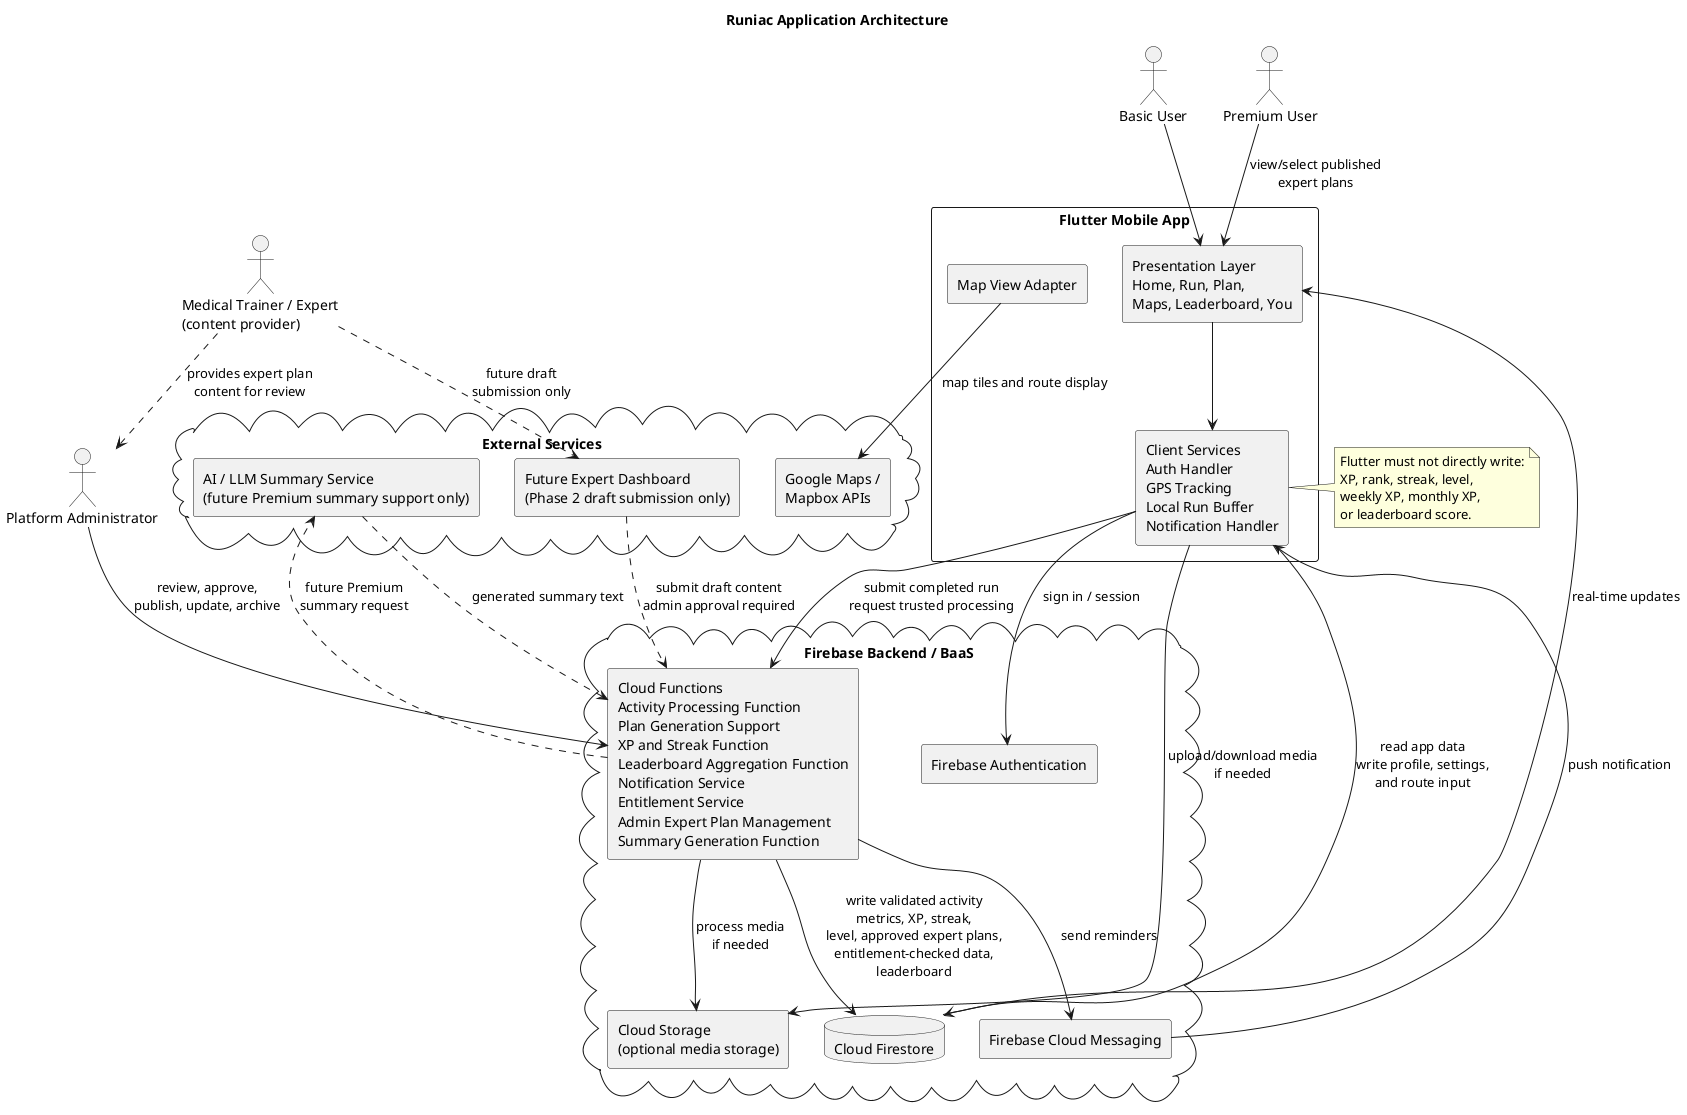
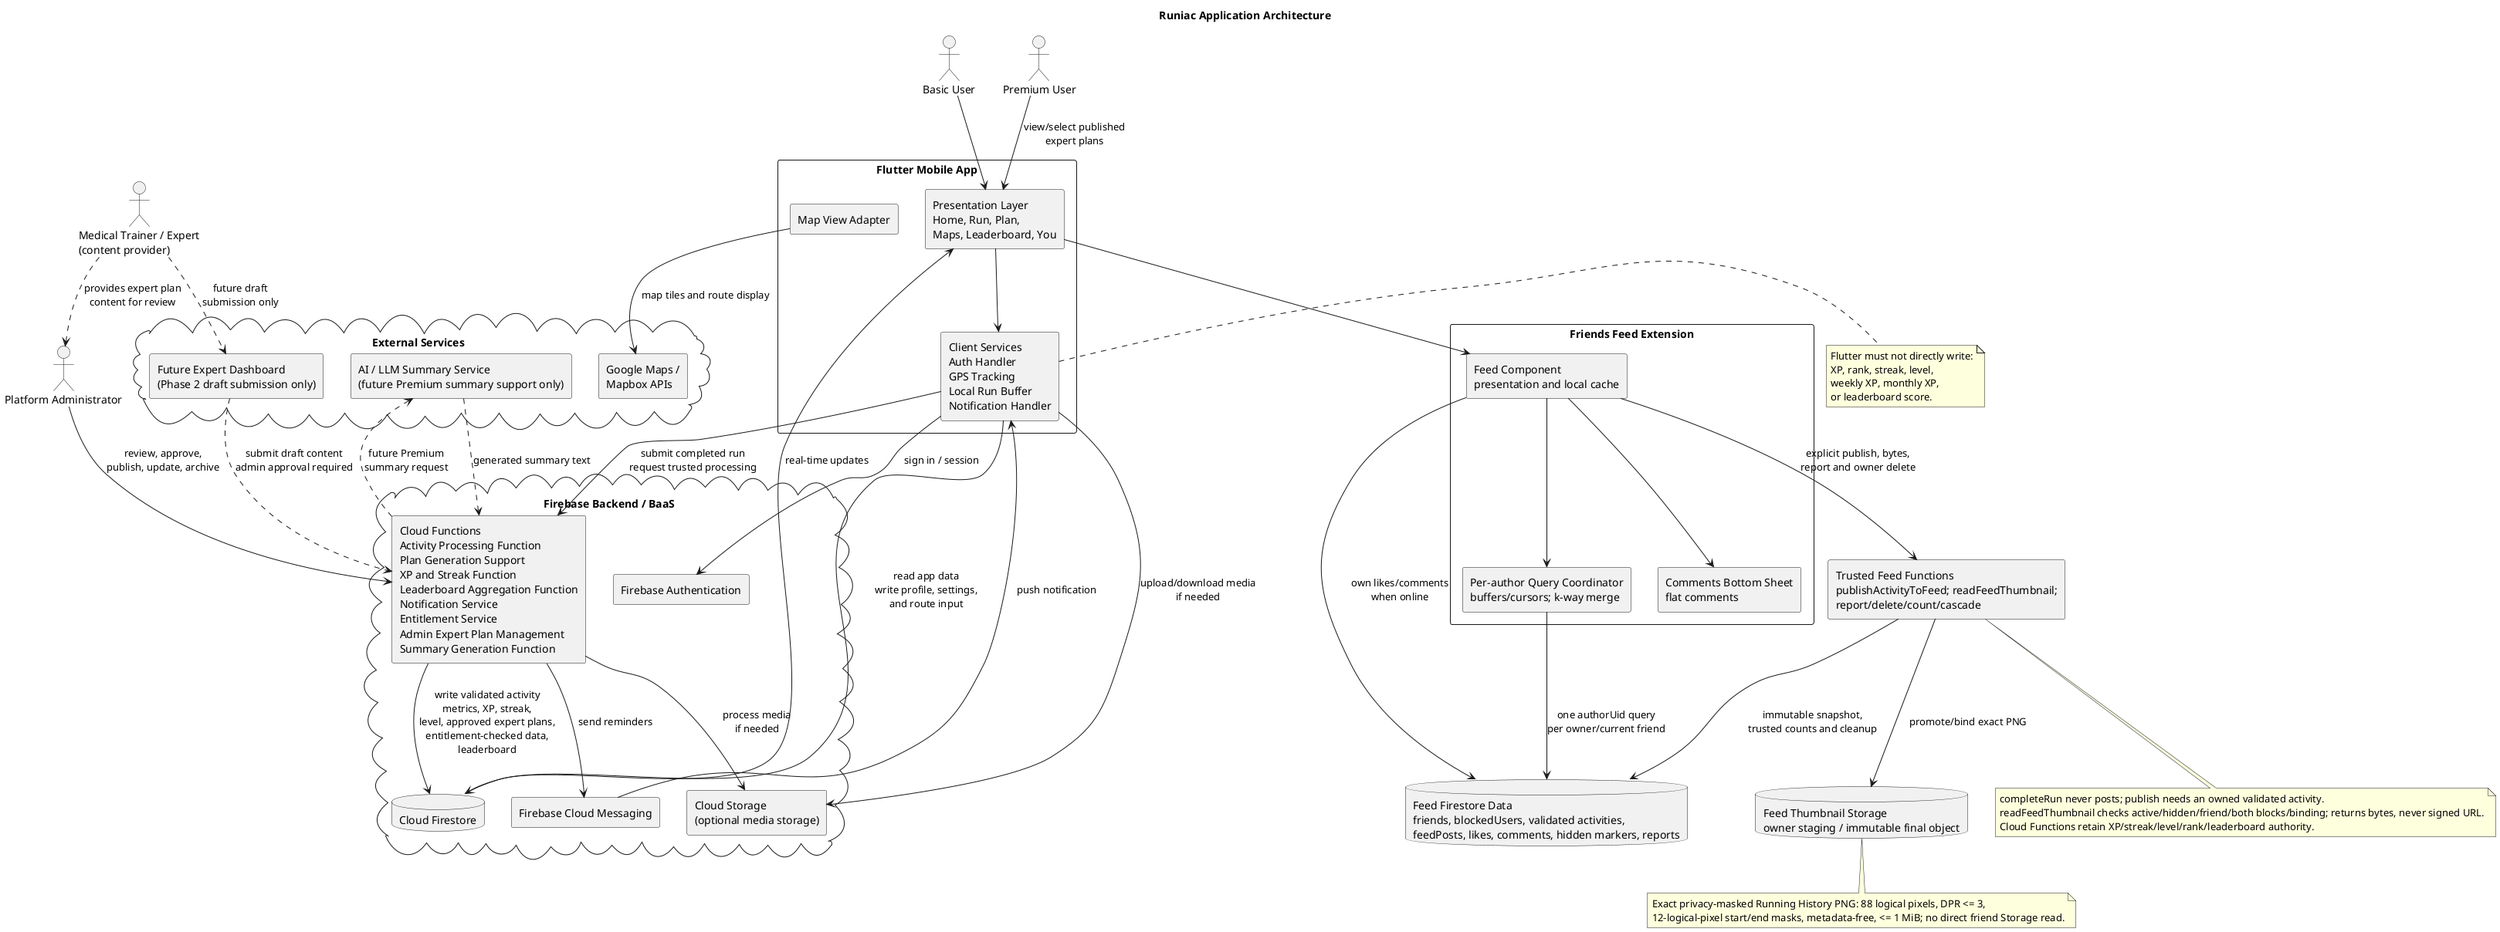
@startuml
title Runiac Application Architecture

skinparam componentStyle rectangle
skinparam shadowing false

actor "Basic User" as Basic
actor "Premium User" as Premium
actor "Platform Administrator" as Admin
actor "Medical Trainer / Expert\n(content provider)" as Expert

rectangle "Flutter Mobile App" as Flutter {
  component "Presentation Layer\nHome, Run, Plan,\nMaps, Leaderboard, You" as UI
  component "Client Services\nAuth Handler\nGPS Tracking\nLocal Run Buffer\nNotification Handler" as Client
  component "Map View Adapter" as MapAdapter
}

cloud "Firebase Backend / BaaS" as Firebase {
  component "Firebase Authentication" as Auth
  database "Cloud Firestore" as Firestore
  component "Cloud Functions\nActivity Processing Function\nPlan Generation Support\nXP and Streak Function\nLeaderboard Aggregation Function\nNotification Service\nEntitlement Service\nAdmin Expert Plan Management\nSummary Generation Function" as Functions
  component "Firebase Cloud Messaging" as FCM
  component "Cloud Storage\n(optional media storage)" as Storage
}

cloud "External Services" as External {
  component "Google Maps /\nMapbox APIs" as Maps
  component "AI / LLM Summary Service\n(future Premium summary support only)" as AI
  component "Future Expert Dashboard\n(Phase 2 draft submission only)" as ExpertDash
}

Basic --> UI
Premium --> UI : view/select published\nexpert plans
Admin --> Functions : review, approve,\npublish, update, archive
Expert ..> Admin : provides expert plan\ncontent for review
Expert ..> ExpertDash : future draft\nsubmission only
ExpertDash ..> Functions : submit draft content\nadmin approval required

UI --> Client
Client --> Auth : sign in / session
Client --> Firestore : read app data\nwrite profile, settings,\nand route input
Client --> Functions : submit completed run\nrequest trusted processing
MapAdapter --> Maps : map tiles and route display

Functions --> Firestore : write validated activity\nmetrics, XP, streak,\nlevel, approved expert plans,\nentitlement-checked data,\nleaderboard
Functions --> FCM : send reminders
FCM --> Client : push notification

Client --> Storage : upload/download media\nif needed
Functions --> Storage : process media\nif needed

Functions ..> AI : future Premium\nsummary request
AI ..> Functions : generated summary text

Firestore --> UI : real-time updates

note right of Client
Flutter must not directly write:
XP, rank, streak, level,
weekly XP, monthly XP,
or leaderboard score.
end note

+ ' Feed/Friends additive architecture
+ rectangle "Friends Feed Extension" {
+  component "Feed Component\npresentation and local cache" as FeedUI
+  component "Per-author Query Coordinator\nbuffers/cursors; k-way merge" as FeedQuery
+  component "Comments Bottom Sheet\nflat comments" as FeedComments
+ }
+ database "Feed Firestore Data\nfriends, blockedUsers, validated activities,\nfeedPosts, likes, comments, hidden markers, reports" as FeedStore
+ component "Trusted Feed Functions\npublishActivityToFeed; readFeedThumbnail;\nreport/delete/count/cascade" as FeedFunctions
+ database "Feed Thumbnail Storage\nowner staging / immutable final object" as FeedStorage
+ UI --> FeedUI
+ FeedUI --> FeedQuery
+ FeedUI --> FeedComments
+ FeedQuery --> FeedStore : one authorUid query\nper owner/current friend
+ FeedUI --> FeedFunctions : explicit publish, bytes,\nreport and owner delete
+ FeedUI --> FeedStore : own likes/comments\nwhen online
+ FeedFunctions --> FeedStore : immutable snapshot,\ntrusted counts and cleanup
+ FeedFunctions --> FeedStorage : promote/bind exact PNG
+ note bottom of FeedFunctions
+ completeRun never posts; publish needs an owned validated activity.
+ readFeedThumbnail checks active/hidden/friend/both blocks/binding; returns bytes, never signed URL.
+ Cloud Functions retain XP/streak/level/rank/leaderboard authority.
+ end note
+ note bottom of FeedStorage
+ Exact privacy-masked Running History PNG: 88 logical pixels, DPR <= 3,
+ 12-logical-pixel start/end masks, metadata-free, <= 1 MiB; no direct friend Storage read.
+ end note
+ 
@enduml
